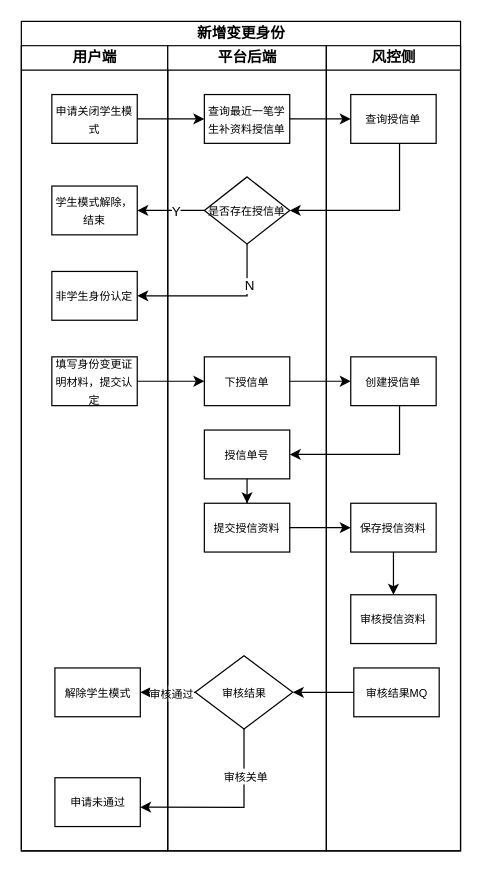
This is page "Page-1" (1 of 2) of studentModle.drawio from CaoLimingECJTU/gitskills, a draw.io file, before an edit. Source tidied: cells renumbered, new cells numbered last; positions are measured from the earlier drawing's top-left corner, leaving out a move shared by most shapes. Both pictures are drawn from the tidied source at 122%, with x=0, y=0 at pixel (21, 21).
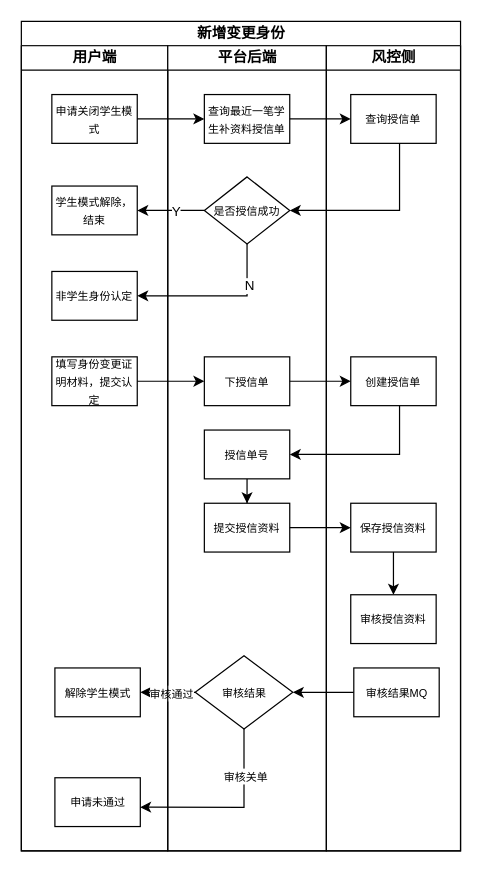
The same diagram, later.

Unchanged cells that the change refers to:
```xml
<mxCell id="15" value="平台后端" style="swimlane;html=1;startSize=20;" parent="2" vertex="1">
  <mxGeometry x="120" y="20" width="130" height="660" as="geometry" />
</mxCell>
```

The edit, as a diff of the source:
```diff
@@
-    <mxCell id="17" value="&lt;font style=&quot;font-size: 9px&quot;&gt;是否存在授信单&lt;/font&gt;" style="rhombus;whiteSpace=wrap;html=1;strokeWidth=1;" parent="15" vertex="1">
+    <mxCell id="17" value="&lt;font style=&quot;font-size: 9px&quot;&gt;是否授信成功&lt;/font&gt;" style="rhombus;whiteSpace=wrap;html=1;strokeWidth=1;" parent="15" vertex="1">
       <mxGeometry x="30" y="107.5" width="70" height="55" as="geometry" />
     </mxCell>
```
